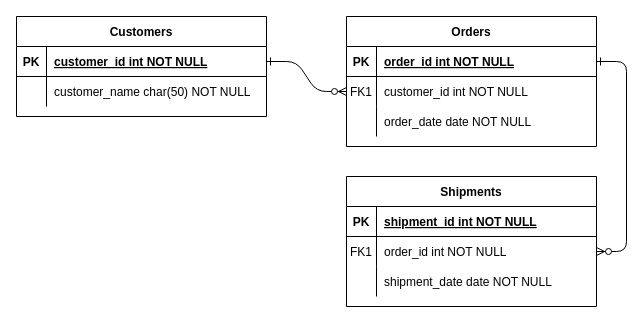
Earlier version of the draw.io diagram ER Diagram.drawio (Misaka2623/CS460Project4). Source tidied: cells renumbered, new cells numbered last; positions are measured from the earlier drawing's top-left corner, leaving out a move shared by most shapes. Both pictures are drawn from the tidied source at 100%, with x=0, y=0 at pixel (16, 16).
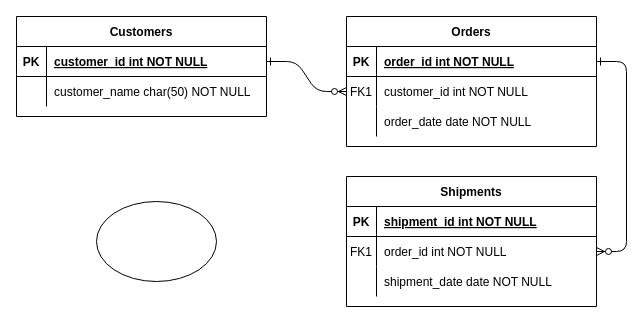
The same page after the edit.

Diff of the diagram source:
```diff
@@
+    <mxCell id="31" style="ellipse;whiteSpace=wrap;html=1;" parent="1" vertex="1">
+      <mxGeometry x="80" y="185" width="120" height="80" as="geometry" />
+    </mxCell>
```
